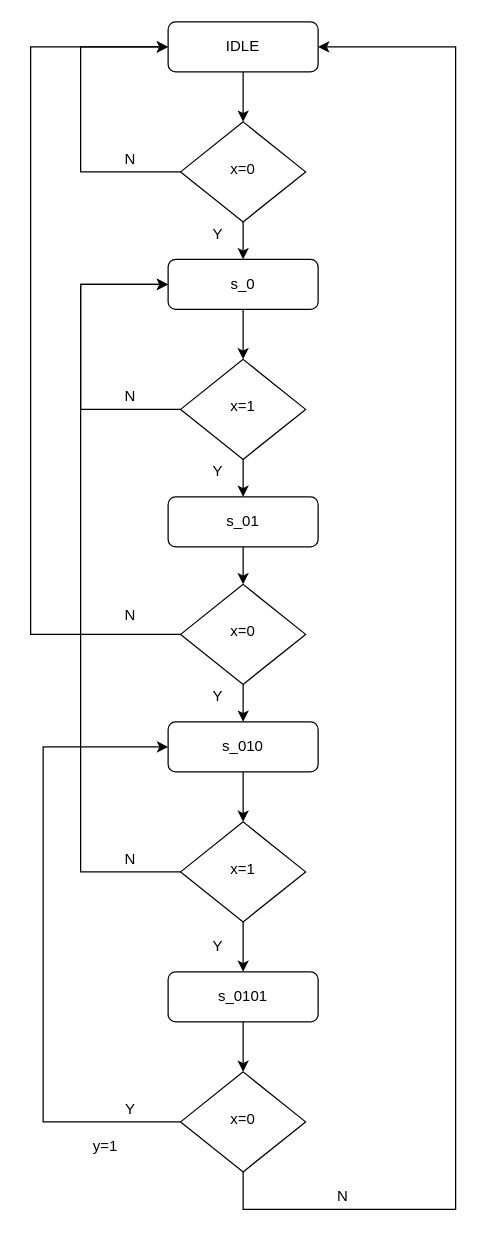
The draw.io diagram state_machine_flow.drawio in Katharine-0331/files, before the edit. Source tidied: cells renumbered, new cells numbered last; positions are measured from the earlier drawing's top-left corner, leaving out a move shared by most shapes. Both pictures are drawn from the tidied source at 125%, with x=0, y=0 at pixel (30, 21).
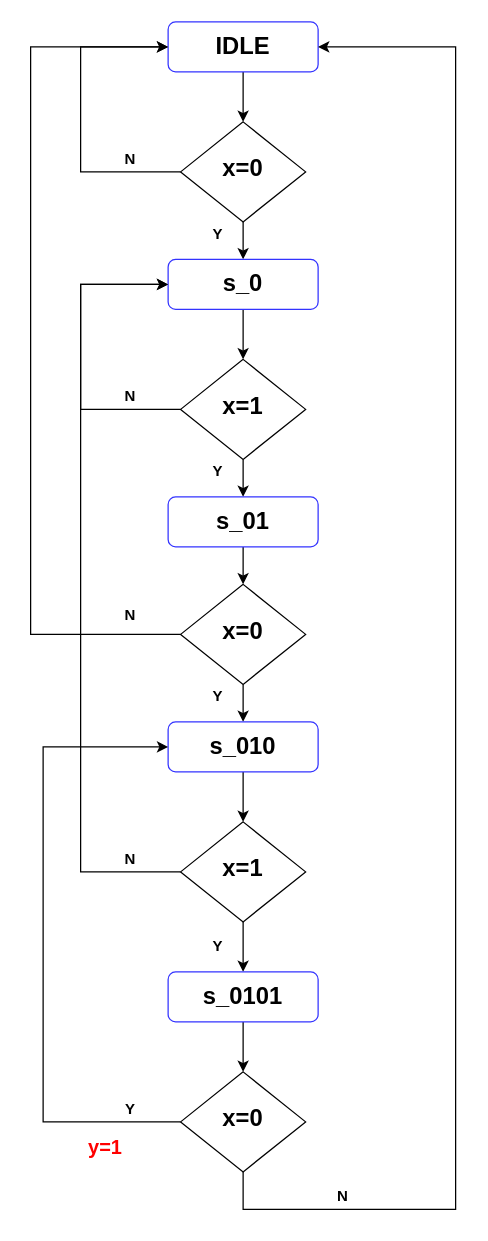
The same diagram, later.

The edit, as a diff of the source:
```diff
@@
-    <mxCell id="3" value="IDLE" style="rounded=1;whiteSpace=wrap;html=1;fontSize=12;glass=0;strokeWidth=1;shadow=0;" parent="1" vertex="1">
+    <mxCell id="3" value="&lt;font style=&quot;font-size: 19px&quot;&gt;&lt;b&gt;IDLE&lt;/b&gt;&lt;/font&gt;" style="rounded=1;whiteSpace=wrap;html=1;fontSize=12;glass=0;strokeWidth=1;shadow=0;strokeColor=#3333FF;" parent="1" vertex="1">
       <mxGeometry x="110" width="120" height="40" as="geometry" />
     </mxCell>
@@
-    <mxCell id="6" value="x=0" style="rhombus;whiteSpace=wrap;html=1;shadow=0;fontFamily=Helvetica;fontSize=12;align=center;strokeWidth=1;spacing=6;spacingTop=-4;" parent="1" vertex="1">
+    <mxCell id="6" value="&lt;font style=&quot;font-size: 19px&quot;&gt;&lt;b&gt;x=0&lt;/b&gt;&lt;/font&gt;" style="rhombus;whiteSpace=wrap;html=1;shadow=0;fontFamily=Helvetica;fontSize=12;align=center;strokeWidth=1;spacing=6;spacingTop=-4;" parent="1" vertex="1">
       <mxGeometry x="120" y="80" width="100" height="80" as="geometry" />
     </mxCell>
@@
-    <mxCell id="8" value="s_0" style="rounded=1;whiteSpace=wrap;html=1;fontSize=12;glass=0;strokeWidth=1;shadow=0;" parent="1" vertex="1">
+    <mxCell id="8" value="&lt;font style=&quot;font-size: 19px&quot;&gt;&lt;b&gt;s_0&lt;/b&gt;&lt;/font&gt;" style="rounded=1;whiteSpace=wrap;html=1;fontSize=12;glass=0;strokeWidth=1;shadow=0;strokeColor=#3333FF;" parent="1" vertex="1">
       <mxGeometry x="110" y="190" width="120" height="40" as="geometry" />
     </mxCell>
@@
-    <mxCell id="11" value="x=1" style="rhombus;whiteSpace=wrap;html=1;shadow=0;fontFamily=Helvetica;fontSize=12;align=center;strokeWidth=1;spacing=6;spacingTop=-4;" parent="1" vertex="1">
+    <mxCell id="11" value="&lt;font style=&quot;font-size: 19px&quot;&gt;&lt;b&gt;x=1&lt;/b&gt;&lt;/font&gt;" style="rhombus;whiteSpace=wrap;html=1;shadow=0;fontFamily=Helvetica;fontSize=12;align=center;strokeWidth=1;spacing=6;spacingTop=-4;" parent="1" vertex="1">
       <mxGeometry x="120" y="270" width="100" height="80" as="geometry" />
     </mxCell>
@@
-    <mxCell id="13" value="s_01" style="rounded=1;whiteSpace=wrap;html=1;fontSize=12;glass=0;strokeWidth=1;shadow=0;" parent="1" vertex="1">
+    <mxCell id="13" value="&lt;font size=&quot;1&quot;&gt;&lt;b style=&quot;font-size: 19px&quot;&gt;s_01&lt;/b&gt;&lt;/font&gt;" style="rounded=1;whiteSpace=wrap;html=1;fontSize=12;glass=0;strokeWidth=1;shadow=0;strokeColor=#3333FF;" parent="1" vertex="1">
       <mxGeometry x="110" y="380" width="120" height="40" as="geometry" />
     </mxCell>
@@
-    <mxCell id="16" value="x=0" style="rhombus;whiteSpace=wrap;html=1;shadow=0;fontFamily=Helvetica;fontSize=12;align=center;strokeWidth=1;spacing=6;spacingTop=-4;" parent="1" vertex="1">
+    <mxCell id="16" value="&lt;b&gt;&lt;font style=&quot;font-size: 19px&quot;&gt;x=0&lt;/font&gt;&lt;/b&gt;" style="rhombus;whiteSpace=wrap;html=1;shadow=0;fontFamily=Helvetica;fontSize=12;align=center;strokeWidth=1;spacing=6;spacingTop=-4;" parent="1" vertex="1">
       <mxGeometry x="120" y="450" width="100" height="80" as="geometry" />
     </mxCell>
-    <mxCell id="17" value="Y" style="text;html=1;strokeColor=none;fillColor=none;align=center;verticalAlign=middle;whiteSpace=wrap;rounded=0;" parent="1" vertex="1">
+    <mxCell id="17" value="&lt;b&gt;Y&lt;/b&gt;" style="text;html=1;strokeColor=none;fillColor=none;align=center;verticalAlign=middle;whiteSpace=wrap;rounded=0;" parent="1" vertex="1">
       <mxGeometry x="130" y="350" width="40" height="20" as="geometry" />
     </mxCell>
-    <mxCell id="18" value="Y" style="text;html=1;strokeColor=none;fillColor=none;align=center;verticalAlign=middle;whiteSpace=wrap;rounded=0;" parent="1" vertex="1">
+    <mxCell id="18" value="&lt;b&gt;Y&lt;/b&gt;" style="text;html=1;strokeColor=none;fillColor=none;align=center;verticalAlign=middle;whiteSpace=wrap;rounded=0;" parent="1" vertex="1">
       <mxGeometry x="130" y="160" width="40" height="20" as="geometry" />
     </mxCell>
-    <mxCell id="19" value="N" style="text;html=1;strokeColor=none;fillColor=none;align=center;verticalAlign=middle;whiteSpace=wrap;rounded=0;" parent="1" vertex="1">
+    <mxCell id="19" value="&lt;b&gt;N&lt;/b&gt;" style="text;html=1;strokeColor=none;fillColor=none;align=center;verticalAlign=middle;whiteSpace=wrap;rounded=0;" parent="1" vertex="1">
       <mxGeometry x="60" y="100" width="40" height="20" as="geometry" />
     </mxCell>
-    <mxCell id="20" value="N" style="text;html=1;strokeColor=none;fillColor=none;align=center;verticalAlign=middle;whiteSpace=wrap;rounded=0;" parent="1" vertex="1">
+    <mxCell id="20" value="&lt;b&gt;N&lt;/b&gt;" style="text;html=1;strokeColor=none;fillColor=none;align=center;verticalAlign=middle;whiteSpace=wrap;rounded=0;" parent="1" vertex="1">
       <mxGeometry x="60" y="290" width="40" height="20" as="geometry" />
     </mxCell>
-    <mxCell id="21" value="N" style="text;html=1;strokeColor=none;fillColor=none;align=center;verticalAlign=middle;whiteSpace=wrap;rounded=0;" parent="1" vertex="1">
+    <mxCell id="21" value="&lt;b&gt;N&lt;/b&gt;" style="text;html=1;strokeColor=none;fillColor=none;align=center;verticalAlign=middle;whiteSpace=wrap;rounded=0;" parent="1" vertex="1">
       <mxGeometry x="60" y="465" width="40" height="20" as="geometry" />
     </mxCell>
@@
-    <mxCell id="23" value="s_010" style="rounded=1;whiteSpace=wrap;html=1;fontSize=12;glass=0;strokeWidth=1;shadow=0;" parent="1" vertex="1">
+    <mxCell id="23" value="&lt;b&gt;&lt;font style=&quot;font-size: 19px&quot;&gt;s_010&lt;/font&gt;&lt;/b&gt;" style="rounded=1;whiteSpace=wrap;html=1;fontSize=12;glass=0;strokeWidth=1;shadow=0;strokeColor=#3333FF;" parent="1" vertex="1">
       <mxGeometry x="110" y="560" width="120" height="40" as="geometry" />
     </mxCell>
-    <mxCell id="24" value="Y" style="text;html=1;strokeColor=none;fillColor=none;align=center;verticalAlign=middle;whiteSpace=wrap;rounded=0;" parent="1" vertex="1">
+    <mxCell id="24" value="&lt;b&gt;Y&lt;/b&gt;" style="text;html=1;strokeColor=none;fillColor=none;align=center;verticalAlign=middle;whiteSpace=wrap;rounded=0;" parent="1" vertex="1">
       <mxGeometry x="130" y="530" width="40" height="20" as="geometry" />
     </mxCell>
@@
-    <mxCell id="27" value="x=1" style="rhombus;whiteSpace=wrap;html=1;shadow=0;fontFamily=Helvetica;fontSize=12;align=center;strokeWidth=1;spacing=6;spacingTop=-4;" parent="1" vertex="1">
+    <mxCell id="27" value="&lt;b&gt;&lt;font style=&quot;font-size: 19px&quot;&gt;x=1&lt;/font&gt;&lt;/b&gt;" style="rhombus;whiteSpace=wrap;html=1;shadow=0;fontFamily=Helvetica;fontSize=12;align=center;strokeWidth=1;spacing=6;spacingTop=-4;" parent="1" vertex="1">
       <mxGeometry x="120" y="640" width="100" height="80" as="geometry" />
     </mxCell>
-    <mxCell id="28" value="N" style="text;html=1;strokeColor=none;fillColor=none;align=center;verticalAlign=middle;whiteSpace=wrap;rounded=0;" parent="1" vertex="1">
+    <mxCell id="28" value="&lt;b&gt;N&lt;/b&gt;" style="text;html=1;strokeColor=none;fillColor=none;align=center;verticalAlign=middle;whiteSpace=wrap;rounded=0;" parent="1" vertex="1">
       <mxGeometry x="60" y="660" width="40" height="20" as="geometry" />
     </mxCell>
@@
-    <mxCell id="30" value="s_0101" style="rounded=1;whiteSpace=wrap;html=1;fontSize=12;glass=0;strokeWidth=1;shadow=0;" parent="1" vertex="1">
+    <mxCell id="30" value="&lt;b&gt;&lt;font style=&quot;font-size: 19px&quot;&gt;s_0101&lt;/font&gt;&lt;/b&gt;" style="rounded=1;whiteSpace=wrap;html=1;fontSize=12;glass=0;strokeWidth=1;shadow=0;strokeColor=#3333FF;" parent="1" vertex="1">
       <mxGeometry x="110" y="760" width="120" height="40" as="geometry" />
     </mxCell>
@@
-    <mxCell id="33" value="x=0" style="rhombus;whiteSpace=wrap;html=1;shadow=0;fontFamily=Helvetica;fontSize=12;align=center;strokeWidth=1;spacing=6;spacingTop=-4;" parent="1" vertex="1">
+    <mxCell id="33" value="&lt;b&gt;&lt;font style=&quot;font-size: 19px&quot;&gt;x=0&lt;/font&gt;&lt;/b&gt;" style="rhombus;whiteSpace=wrap;html=1;shadow=0;fontFamily=Helvetica;fontSize=12;align=center;strokeWidth=1;spacing=6;spacingTop=-4;" parent="1" vertex="1">
       <mxGeometry x="120" y="840" width="100" height="80" as="geometry" />
     </mxCell>
-    <mxCell id="34" value="Y" style="text;html=1;strokeColor=none;fillColor=none;align=center;verticalAlign=middle;whiteSpace=wrap;rounded=0;" parent="1" vertex="1">
+    <mxCell id="34" value="&lt;b&gt;Y&lt;/b&gt;" style="text;html=1;strokeColor=none;fillColor=none;align=center;verticalAlign=middle;whiteSpace=wrap;rounded=0;" parent="1" vertex="1">
       <mxGeometry x="60" y="860" width="40" height="20" as="geometry" />
     </mxCell>
-    <mxCell id="35" value="N" style="text;html=1;strokeColor=none;fillColor=none;align=center;verticalAlign=middle;whiteSpace=wrap;rounded=0;" parent="1" vertex="1">
+    <mxCell id="35" value="&lt;b&gt;N&lt;/b&gt;" style="text;html=1;strokeColor=none;fillColor=none;align=center;verticalAlign=middle;whiteSpace=wrap;rounded=0;" parent="1" vertex="1">
       <mxGeometry x="230" y="930" width="40" height="20" as="geometry" />
     </mxCell>
-    <mxCell id="36" value="y=1" style="text;html=1;strokeColor=none;fillColor=none;align=center;verticalAlign=middle;whiteSpace=wrap;rounded=0;" parent="1" vertex="1">
+    <mxCell id="36" value="&lt;font size=&quot;1&quot; color=&quot;#ff0000&quot;&gt;&lt;b style=&quot;font-size: 16px&quot;&gt;y=1&lt;/b&gt;&lt;/font&gt;" style="text;html=1;strokeColor=none;fillColor=none;align=center;verticalAlign=middle;whiteSpace=wrap;rounded=0;" parent="1" vertex="1">
       <mxGeometry x="40" y="890" width="40" height="20" as="geometry" />
     </mxCell>
-    <mxCell id="37" value="Y" style="text;html=1;strokeColor=none;fillColor=none;align=center;verticalAlign=middle;whiteSpace=wrap;rounded=0;" parent="1" vertex="1">
+    <mxCell id="37" value="&lt;b&gt;Y&lt;/b&gt;" style="text;html=1;strokeColor=none;fillColor=none;align=center;verticalAlign=middle;whiteSpace=wrap;rounded=0;" parent="1" vertex="1">
       <mxGeometry x="130" y="730" width="40" height="20" as="geometry" />
     </mxCell>
```
